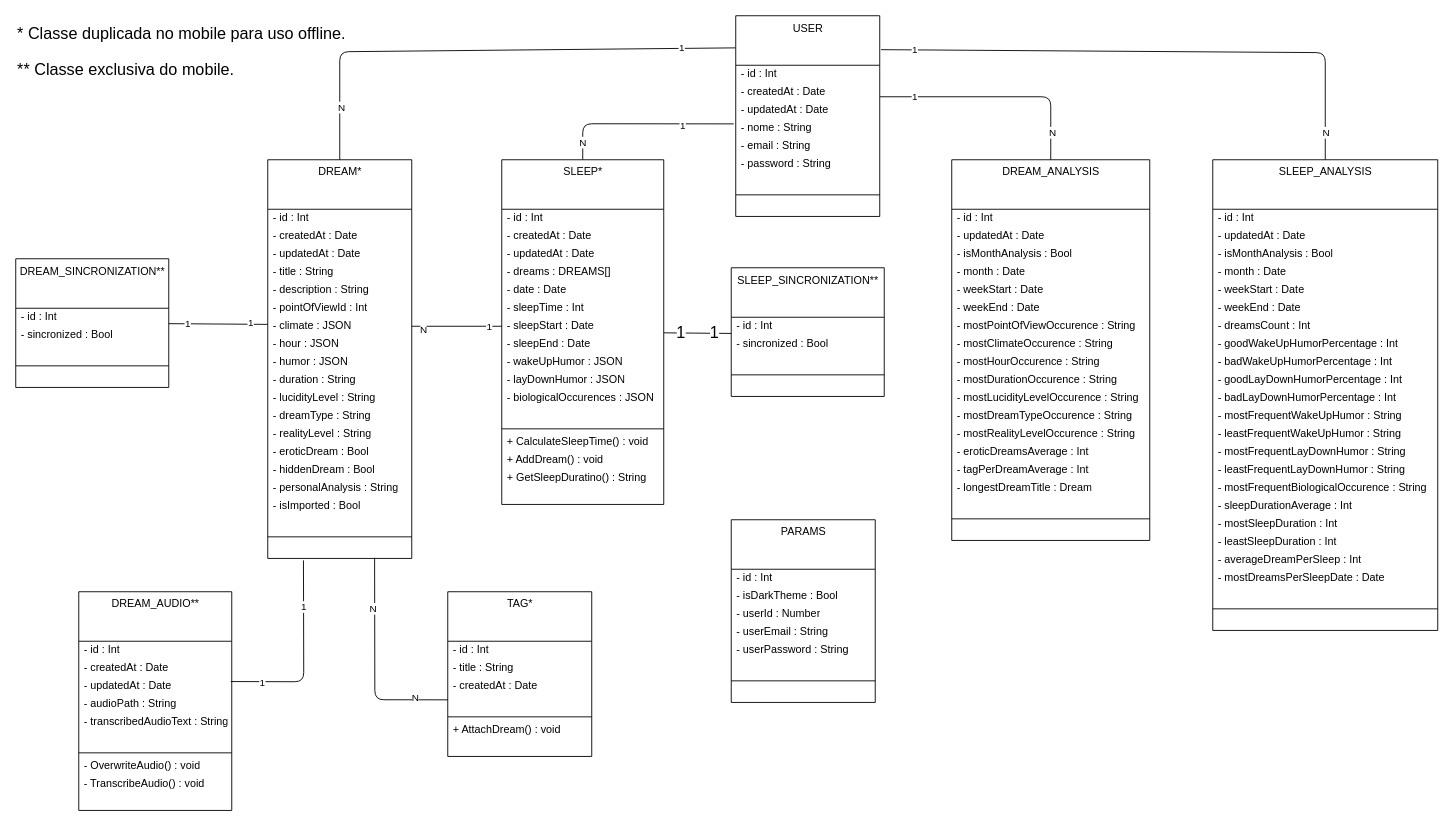
The draw.io diagram docs/diagrama_classe_analise.drawio in raisson-souza/morfeus-backend, before the edit. Source tidied: cells renumbered, new cells numbered last; positions are measured from the earlier drawing's top-left corner, leaving out a move shared by most shapes. Both pictures are drawn from the tidied source at 90%, with x=0, y=0 at pixel (15, 15).
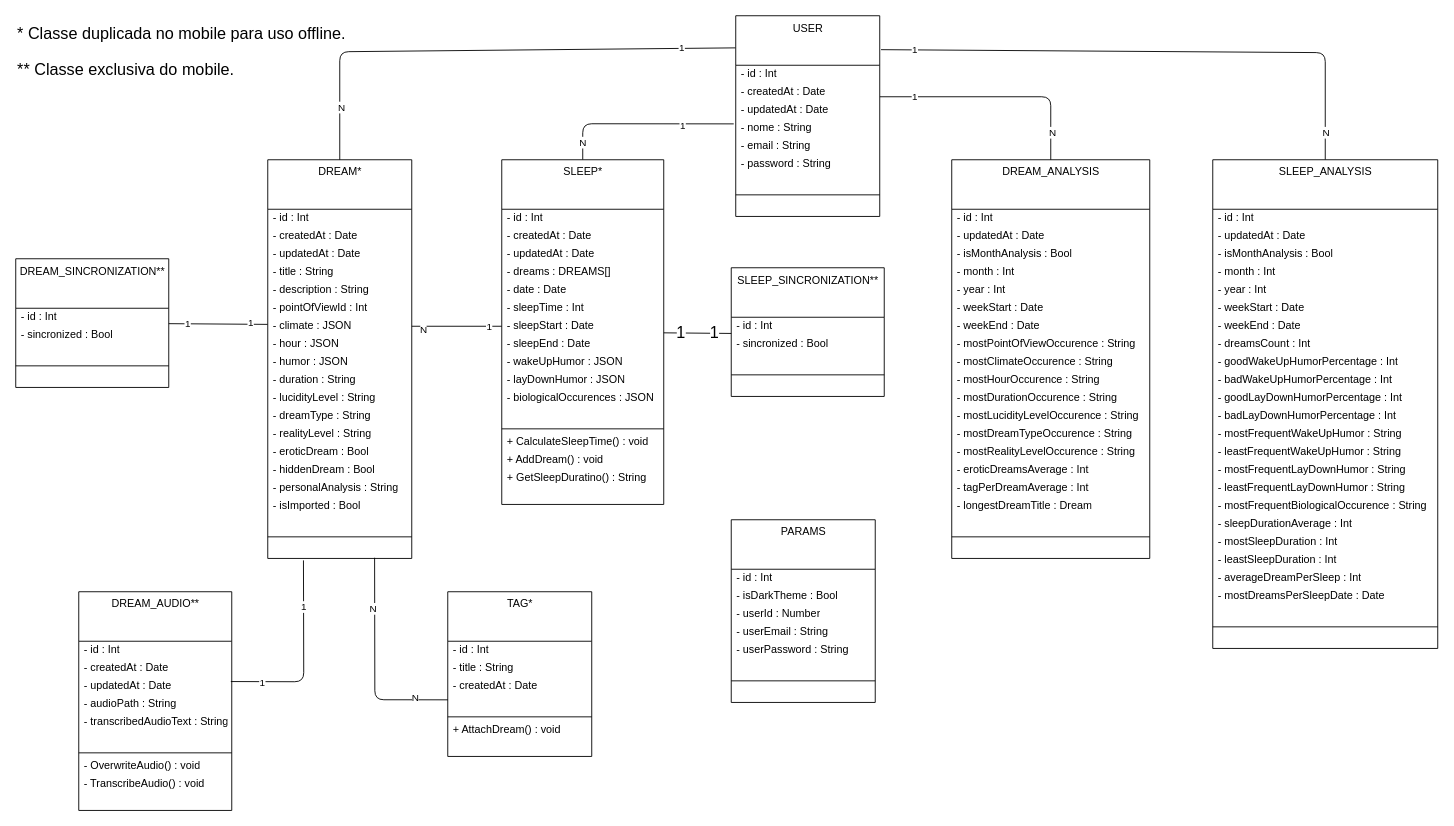
The same page after the edit.

Diff of the diagram source:
```diff
@@
     <mxCell id="87" value="DREAM_ANALYSIS" style="swimlane;fontStyle=0;align=center;verticalAlign=top;horizontal=1;startSize=55;html=1;rounded=0;strokeColor=default;strokeWidth=1;" parent="1" vertex="1">
-      <mxGeometry x="1040" y="160" width="220" height="423" as="geometry" />
+      <mxGeometry x="1040" y="160" width="220" height="443" as="geometry" />
     </mxCell>
@@
-    <mxCell id="91" value="- month : Date" style="text;html=1;strokeColor=none;fillColor=none;align=left;verticalAlign=middle;spacingLeft=4;spacingRight=4;overflow=hidden;rounded=0;strokeWidth=1;" parent="87" vertex="1">
+    <mxCell id="91" value="- month : Int" style="text;html=1;strokeColor=none;fillColor=none;align=left;verticalAlign=middle;spacingLeft=4;spacingRight=4;overflow=hidden;rounded=0;strokeWidth=1;" parent="87" vertex="1">
       <mxGeometry y="115" width="220" height="20" as="geometry" />
     </mxCell>
+    <mxCell id="164" value="- year : Int" style="text;html=1;strokeColor=none;fillColor=none;align=left;verticalAlign=middle;spacingLeft=4;spacingRight=4;overflow=hidden;rounded=0;strokeWidth=1;" parent="87" vertex="1">
+      <mxGeometry y="135" width="220" height="20" as="geometry" />
+    </mxCell>
     <mxCell id="92" value="- weekStart : Date" style="text;html=1;strokeColor=none;fillColor=none;align=left;verticalAlign=middle;spacingLeft=4;spacingRight=4;overflow=hidden;rounded=0;strokeWidth=1;" parent="87" vertex="1">
-      <mxGeometry y="135" width="220" height="20" as="geometry" />
+      <mxGeometry y="155" width="220" height="20" as="geometry" />
     </mxCell>
     <mxCell id="93" value="- weekEnd : Date" style="text;html=1;strokeColor=none;fillColor=none;align=left;verticalAlign=middle;spacingLeft=4;spacingRight=4;overflow=hidden;rounded=0;strokeWidth=1;" parent="87" vertex="1">
-      <mxGeometry y="155" width="220" height="20" as="geometry" />
+      <mxGeometry y="175" width="220" height="20" as="geometry" />
     </mxCell>
     <mxCell id="94" value="- mostPointOfViewOccurence : String" style="text;html=1;strokeColor=none;fillColor=none;align=left;verticalAlign=middle;spacingLeft=4;spacingRight=4;overflow=hidden;rounded=0;strokeWidth=1;" parent="87" vertex="1">
-      <mxGeometry y="175" width="220" height="20" as="geometry" />
+      <mxGeometry y="195" width="220" height="20" as="geometry" />
     </mxCell>
     <mxCell id="95" value="- mostClimateOccurence : String" style="text;html=1;strokeColor=none;fillColor=none;align=left;verticalAlign=middle;spacingLeft=4;spacingRight=4;overflow=hidden;rounded=0;strokeWidth=1;" parent="87" vertex="1">
-      <mxGeometry y="195" width="220" height="20" as="geometry" />
+      <mxGeometry y="215" width="220" height="20" as="geometry" />
     </mxCell>
     <mxCell id="96" value="- mostHourOccurence : String" style="text;html=1;strokeColor=none;fillColor=none;align=left;verticalAlign=middle;spacingLeft=4;spacingRight=4;overflow=hidden;rounded=0;strokeWidth=1;" parent="87" vertex="1">
-      <mxGeometry y="215" width="220" height="20" as="geometry" />
+      <mxGeometry y="235" width="220" height="20" as="geometry" />
     </mxCell>
     <mxCell id="97" value="- mostDurationOccurence : String" style="text;html=1;strokeColor=none;fillColor=none;align=left;verticalAlign=middle;spacingLeft=4;spacingRight=4;overflow=hidden;rounded=0;strokeWidth=1;" parent="87" vertex="1">
-      <mxGeometry y="235" width="220" height="20" as="geometry" />
+      <mxGeometry y="255" width="220" height="20" as="geometry" />
     </mxCell>
     <mxCell id="98" value="- mostLucidityLevelOccurence : String" style="text;html=1;strokeColor=none;fillColor=none;align=left;verticalAlign=middle;spacingLeft=4;spacingRight=4;overflow=hidden;rounded=0;strokeWidth=1;" parent="87" vertex="1">
-      <mxGeometry y="255" width="220" height="20" as="geometry" />
+      <mxGeometry y="275" width="220" height="20" as="geometry" />
     </mxCell>
     <mxCell id="99" value="- mostDreamTypeOccurence : String" style="text;html=1;strokeColor=none;fillColor=none;align=left;verticalAlign=middle;spacingLeft=4;spacingRight=4;overflow=hidden;rounded=0;strokeWidth=1;" parent="87" vertex="1">
-      <mxGeometry y="275" width="220" height="20" as="geometry" />
+      <mxGeometry y="295" width="220" height="20" as="geometry" />
     </mxCell>
     <mxCell id="100" value="- mostRealityLevelOccurence : String" style="text;html=1;strokeColor=none;fillColor=none;align=left;verticalAlign=middle;spacingLeft=4;spacingRight=4;overflow=hidden;rounded=0;strokeWidth=1;" parent="87" vertex="1">
-      <mxGeometry y="295" width="220" height="20" as="geometry" />
+      <mxGeometry y="315" width="220" height="20" as="geometry" />
     </mxCell>
     <mxCell id="101" value="- eroticDreamsAverage : Int" style="text;html=1;strokeColor=none;fillColor=none;align=left;verticalAlign=middle;spacingLeft=4;spacingRight=4;overflow=hidden;rounded=0;strokeWidth=1;" parent="87" vertex="1">
-      <mxGeometry y="315" width="220" height="20" as="geometry" />
+      <mxGeometry y="335" width="220" height="20" as="geometry" />
     </mxCell>
     <mxCell id="102" value="- tagPerDreamAverage : Int" style="text;html=1;strokeColor=none;fillColor=none;align=left;verticalAlign=middle;spacingLeft=4;spacingRight=4;overflow=hidden;rounded=0;strokeWidth=1;" parent="87" vertex="1">
-      <mxGeometry y="335" width="220" height="20" as="geometry" />
+      <mxGeometry y="355" width="220" height="20" as="geometry" />
     </mxCell>
     <mxCell id="103" value="- longestDreamTitle : Dream" style="text;html=1;strokeColor=none;fillColor=none;align=left;verticalAlign=middle;spacingLeft=4;spacingRight=4;overflow=hidden;rounded=0;strokeWidth=1;" parent="87" vertex="1">
-      <mxGeometry y="355" width="220" height="20" as="geometry" />
+      <mxGeometry y="375" width="220" height="20" as="geometry" />
     </mxCell>
     <mxCell id="104" style="text;html=1;strokeColor=none;fillColor=none;align=left;verticalAlign=middle;spacingLeft=4;spacingRight=4;overflow=hidden;rounded=0;strokeWidth=1;" parent="87" vertex="1">
-      <mxGeometry y="375" width="220" height="20" as="geometry" />
+      <mxGeometry y="395" width="220" height="20" as="geometry" />
     </mxCell>
     <mxCell id="105" style="line;strokeWidth=1;fillColor=none;align=left;verticalAlign=middle;spacingTop=-1;spacingLeft=3;spacingRight=3;labelPosition=right;rounded=0;strokeColor=default;" parent="87" vertex="1">
-      <mxGeometry y="395" width="220" height="8" as="geometry" />
+      <mxGeometry y="415" width="220" height="8" as="geometry" />
     </mxCell>
     <mxCell id="106" style="text;html=1;strokeColor=none;fillColor=none;align=left;verticalAlign=middle;spacingLeft=4;spacingRight=4;overflow=hidden;rounded=0;strokeWidth=1;" parent="87" vertex="1">
-      <mxGeometry y="403" width="220" height="20" as="geometry" />
+      <mxGeometry y="423" width="220" height="20" as="geometry" />
     </mxCell>
@@
     <mxCell id="110" value="SLEEP_ANALYSIS" style="swimlane;fontStyle=0;align=center;verticalAlign=top;horizontal=1;startSize=55;html=1;rounded=0;strokeColor=default;strokeWidth=1;" parent="1" vertex="1">
-      <mxGeometry x="1330" y="160" width="250" height="523" as="geometry" />
+      <mxGeometry x="1330" y="160" width="250" height="543" as="geometry" />
     </mxCell>
@@
-    <mxCell id="114" value="- month : Date" style="text;html=1;strokeColor=none;fillColor=none;align=left;verticalAlign=middle;spacingLeft=4;spacingRight=4;overflow=hidden;rounded=0;strokeWidth=1;" parent="110" vertex="1">
+    <mxCell id="114" value="- month : Int" style="text;html=1;strokeColor=none;fillColor=none;align=left;verticalAlign=middle;spacingLeft=4;spacingRight=4;overflow=hidden;rounded=0;strokeWidth=1;" parent="110" vertex="1">
       <mxGeometry y="115" width="250" height="20" as="geometry" />
     </mxCell>
+    <mxCell id="165" value="- year : Int" style="text;html=1;strokeColor=none;fillColor=none;align=left;verticalAlign=middle;spacingLeft=4;spacingRight=4;overflow=hidden;rounded=0;strokeWidth=1;" parent="110" vertex="1">
+      <mxGeometry y="135" width="250" height="20" as="geometry" />
+    </mxCell>
     <mxCell id="115" value="- weekStart : Date" style="text;html=1;strokeColor=none;fillColor=none;align=left;verticalAlign=middle;spacingLeft=4;spacingRight=4;overflow=hidden;rounded=0;strokeWidth=1;" parent="110" vertex="1">
-      <mxGeometry y="135" width="250" height="20" as="geometry" />
+      <mxGeometry y="155" width="250" height="20" as="geometry" />
     </mxCell>
     <mxCell id="116" value="- weekEnd : Date" style="text;html=1;strokeColor=none;fillColor=none;align=left;verticalAlign=middle;spacingLeft=4;spacingRight=4;overflow=hidden;rounded=0;strokeWidth=1;" parent="110" vertex="1">
-      <mxGeometry y="155" width="250" height="20" as="geometry" />
+      <mxGeometry y="175" width="250" height="20" as="geometry" />
     </mxCell>
     <mxCell id="117" value="- dreamsCount : Int" style="text;html=1;strokeColor=none;fillColor=none;align=left;verticalAlign=middle;spacingLeft=4;spacingRight=4;overflow=hidden;rounded=0;strokeWidth=1;" parent="110" vertex="1">
-      <mxGeometry y="175" width="250" height="20" as="geometry" />
+      <mxGeometry y="195" width="250" height="20" as="geometry" />
     </mxCell>
     <mxCell id="118" value="- goodWakeUpHumorPercentage : Int" style="text;html=1;strokeColor=none;fillColor=none;align=left;verticalAlign=middle;spacingLeft=4;spacingRight=4;overflow=hidden;rounded=0;strokeWidth=1;" parent="110" vertex="1">
-      <mxGeometry y="195" width="250" height="20" as="geometry" />
+      <mxGeometry y="215" width="250" height="20" as="geometry" />
     </mxCell>
     <mxCell id="119" value="- badWakeUpHumorPercentage : Int" style="text;html=1;strokeColor=none;fillColor=none;align=left;verticalAlign=middle;spacingLeft=4;spacingRight=4;overflow=hidden;rounded=0;strokeWidth=1;" parent="110" vertex="1">
-      <mxGeometry y="215" width="250" height="20" as="geometry" />
+      <mxGeometry y="235" width="250" height="20" as="geometry" />
     </mxCell>
     <mxCell id="120" value="- goodLayDownHumorPercentage : Int" style="text;html=1;strokeColor=none;fillColor=none;align=left;verticalAlign=middle;spacingLeft=4;spacingRight=4;overflow=hidden;rounded=0;strokeWidth=1;" parent="110" vertex="1">
-      <mxGeometry y="235" width="250" height="20" as="geometry" />
+      <mxGeometry y="255" width="250" height="20" as="geometry" />
     </mxCell>
     <mxCell id="121" value="- badLayDownHumorPercentage : Int" style="text;html=1;strokeColor=none;fillColor=none;align=left;verticalAlign=middle;spacingLeft=4;spacingRight=4;overflow=hidden;rounded=0;strokeWidth=1;" parent="110" vertex="1">
-      <mxGeometry y="255" width="250" height="20" as="geometry" />
+      <mxGeometry y="275" width="250" height="20" as="geometry" />
     </mxCell>
     <mxCell id="122" value="- mostFrequentWakeUpHumor : String" style="text;html=1;strokeColor=none;fillColor=none;align=left;verticalAlign=middle;spacingLeft=4;spacingRight=4;overflow=hidden;rounded=0;strokeWidth=1;" parent="110" vertex="1">
-      <mxGeometry y="275" width="250" height="20" as="geometry" />
+      <mxGeometry y="295" width="250" height="20" as="geometry" />
     </mxCell>
     <mxCell id="123" value="- leastFrequentWakeUpHumor : String" style="text;html=1;strokeColor=none;fillColor=none;align=left;verticalAlign=middle;spacingLeft=4;spacingRight=4;overflow=hidden;rounded=0;strokeWidth=1;" parent="110" vertex="1">
-      <mxGeometry y="295" width="250" height="20" as="geometry" />
+      <mxGeometry y="315" width="250" height="20" as="geometry" />
     </mxCell>
     <mxCell id="124" value="- mostFrequentLayDownHumor : String" style="text;html=1;strokeColor=none;fillColor=none;align=left;verticalAlign=middle;spacingLeft=4;spacingRight=4;overflow=hidden;rounded=0;strokeWidth=1;" parent="110" vertex="1">
-      <mxGeometry y="315" width="250" height="20" as="geometry" />
+      <mxGeometry y="335" width="250" height="20" as="geometry" />
     </mxCell>
     <mxCell id="125" value="- leastFrequentLayDownHumor : String" style="text;html=1;strokeColor=none;fillColor=none;align=left;verticalAlign=middle;spacingLeft=4;spacingRight=4;overflow=hidden;rounded=0;strokeWidth=1;" parent="110" vertex="1">
-      <mxGeometry y="335" width="250" height="20" as="geometry" />
+      <mxGeometry y="355" width="250" height="20" as="geometry" />
     </mxCell>
     <mxCell id="126" value="- mostFrequentBiologicalOccurence : String" style="text;html=1;strokeColor=none;fillColor=none;align=left;verticalAlign=middle;spacingLeft=4;spacingRight=4;overflow=hidden;rounded=0;strokeWidth=1;" parent="110" vertex="1">
-      <mxGeometry y="355" width="250" height="20" as="geometry" />
+      <mxGeometry y="375" width="250" height="20" as="geometry" />
     </mxCell>
     <mxCell id="127" value="- sleepDurationAverage : Int" style="text;html=1;strokeColor=none;fillColor=none;align=left;verticalAlign=middle;spacingLeft=4;spacingRight=4;overflow=hidden;rounded=0;strokeWidth=1;" parent="110" vertex="1">
-      <mxGeometry y="375" width="250" height="20" as="geometry" />
+      <mxGeometry y="395" width="250" height="20" as="geometry" />
     </mxCell>
     <mxCell id="128" value="- mostSleepDuration : Int" style="text;html=1;strokeColor=none;fillColor=none;align=left;verticalAlign=middle;spacingLeft=4;spacingRight=4;overflow=hidden;rounded=0;strokeWidth=1;" parent="110" vertex="1">
-      <mxGeometry y="395" width="250" height="20" as="geometry" />
+      <mxGeometry y="415" width="250" height="20" as="geometry" />
     </mxCell>
     <mxCell id="129" value="- leastSleepDuration : Int" style="text;html=1;strokeColor=none;fillColor=none;align=left;verticalAlign=middle;spacingLeft=4;spacingRight=4;overflow=hidden;rounded=0;strokeWidth=1;" parent="110" vertex="1">
-      <mxGeometry y="415" width="250" height="20" as="geometry" />
+      <mxGeometry y="435" width="250" height="20" as="geometry" />
     </mxCell>
     <mxCell id="130" value="- averageDreamPerSleep : Int" style="text;html=1;strokeColor=none;fillColor=none;align=left;verticalAlign=middle;spacingLeft=4;spacingRight=4;overflow=hidden;rounded=0;strokeWidth=1;" parent="110" vertex="1">
-      <mxGeometry y="435" width="250" height="20" as="geometry" />
+      <mxGeometry y="455" width="250" height="20" as="geometry" />
     </mxCell>
     <mxCell id="131" value="- mostDreamsPerSleepDate : Date" style="text;html=1;strokeColor=none;fillColor=none;align=left;verticalAlign=middle;spacingLeft=4;spacingRight=4;overflow=hidden;rounded=0;strokeWidth=1;" parent="110" vertex="1">
-      <mxGeometry y="455" width="250" height="20" as="geometry" />
+      <mxGeometry y="475" width="250" height="20" as="geometry" />
     </mxCell>
     <mxCell id="132" style="text;html=1;strokeColor=none;fillColor=none;align=left;verticalAlign=middle;spacingLeft=4;spacingRight=4;overflow=hidden;rounded=0;strokeWidth=1;" parent="110" vertex="1">
-      <mxGeometry y="475" width="250" height="20" as="geometry" />
+      <mxGeometry y="495" width="250" height="20" as="geometry" />
     </mxCell>
     <mxCell id="133" style="line;strokeWidth=1;fillColor=none;align=left;verticalAlign=middle;spacingTop=-1;spacingLeft=3;spacingRight=3;labelPosition=right;rounded=0;strokeColor=default;" parent="110" vertex="1">
-      <mxGeometry y="495" width="250" height="8" as="geometry" />
+      <mxGeometry y="515" width="250" height="8" as="geometry" />
     </mxCell>
     <mxCell id="134" style="text;html=1;strokeColor=none;fillColor=none;align=left;verticalAlign=middle;spacingLeft=4;spacingRight=4;overflow=hidden;rounded=0;strokeWidth=1;" parent="110" vertex="1">
-      <mxGeometry y="503" width="250" height="20" as="geometry" />
+      <mxGeometry y="523" width="250" height="20" as="geometry" />
     </mxCell>
```
